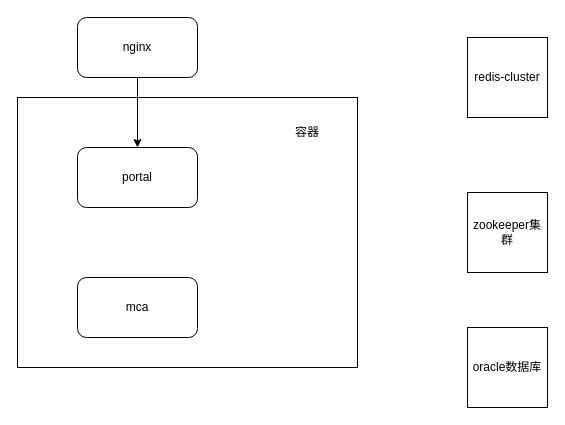
This is 2.drawio from xianyuenan/Testgit, a draw.io file, before an edit. Source tidied: cells renumbered, new cells numbered last; positions are measured from the earlier drawing's top-left corner, leaving out a move shared by most shapes. Both pictures are drawn from the tidied source at 100%, with x=0, y=0 at pixel (17, 17).
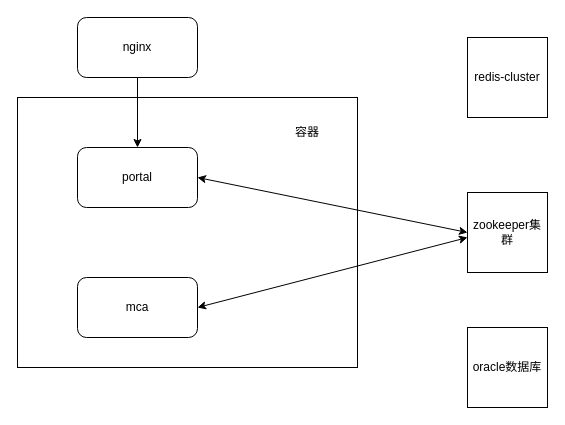
Above is the later version.

The edit, as a diff of the source:
```diff
@@
 <mxGraphModel>
   <root>
     <mxCell id="0" />
     <mxCell id="1" parent="0" />
     <mxCell id="2" style="rounded=0;whiteSpace=wrap;html=1;" parent="1" vertex="1">
       <mxGeometry y="80" width="340" height="270" as="geometry" />
     </mxCell>
     <mxCell id="3" value="nginx" style="rounded=1;whiteSpace=wrap;html=1;" parent="1" vertex="1">
       <mxGeometry x="60" width="120" height="60" as="geometry" />
     </mxCell>
     <mxCell id="4" value="portal" style="rounded=1;whiteSpace=wrap;html=1;" parent="1" vertex="1">
       <mxGeometry x="60" y="130" width="120" height="60" as="geometry" />
     </mxCell>
     <mxCell id="5" value="mca" style="rounded=1;whiteSpace=wrap;html=1;" parent="1" vertex="1">
       <mxGeometry x="60" y="260" width="120" height="60" as="geometry" />
     </mxCell>
     <mxCell id="6" value="redis-cluster" style="whiteSpace=wrap;html=1;" parent="1" vertex="1">
       <mxGeometry x="450" y="20" width="80" height="80" as="geometry" />
     </mxCell>
     <mxCell id="7" value="zookeeper集群" style="whiteSpace=wrap;html=1;" parent="1" vertex="1">
       <mxGeometry x="450" y="175" width="80" height="80" as="geometry" />
     </mxCell>
     <mxCell id="8" value="oracle数据库" style="whiteSpace=wrap;html=1;" parent="1" vertex="1">
       <mxGeometry x="450" y="310" width="80" height="80" as="geometry" />
     </mxCell>
     <mxCell id="9" value="容器" style="text;html=1;strokeColor=none;fillColor=none;align=center;verticalAlign=middle;whiteSpace=wrap;rounded=0;" parent="1" vertex="1">
       <mxGeometry x="260" y="100" width="60" height="30" as="geometry" />
     </mxCell>
     <mxCell id="10" style="endArrow=classic;html=1;rounded=0;exitX=0.5;exitY=1;exitDx=0;exitDy=0;" parent="1" edge="1" source="3" target="4">
       <mxGeometry relative="1" as="geometry" />
     </mxCell>
+    <mxCell id="11" style="endArrow=classic;startArrow=classic;html=1;rounded=0;exitX=1;exitY=0.5;exitDx=0;exitDy=0;entryX=0;entryY=0.5;entryDx=0;entryDy=0;" parent="1" edge="1" source="4" target="7">
+      <mxGeometry relative="1" as="geometry" />
+    </mxCell>
+    <mxCell id="12" style="endArrow=classic;startArrow=classic;html=1;rounded=0;exitX=1;exitY=0.5;exitDx=0;exitDy=0;" parent="1" edge="1" source="5">
+      <mxGeometry relative="1" as="geometry">
+        <mxPoint x="450" y="220" as="targetPoint" />
+      </mxGeometry>
+    </mxCell>
   </root>
 </mxGraphModel>
```
